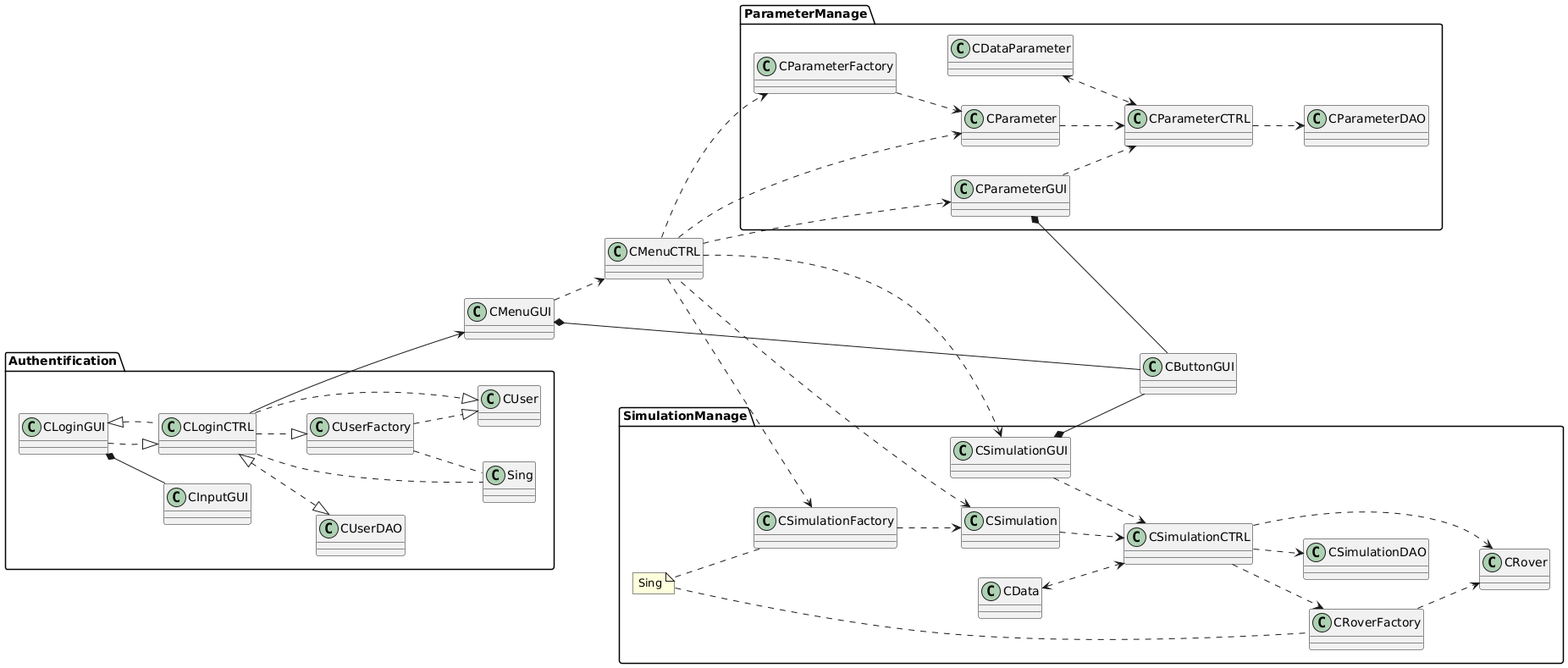
Above: doc/imageRendu/DiagClass.png in Taldranorth/Rover_Simulator (PlantUML), before the change. The source it was exported from:
```plantuml
@startuml
left to right direction

package "Authentification"{
 CLoginGUI *-- CInputGUI
 CLoginGUI ..|> CLoginCTRL
 CLoginGUI <|.. CLoginCTRL
 CLoginCTRL.. Sing
 CUserFactory.. Sing
 CLoginCTRL ..|> CUserFactory
 CLoginCTRL ..|> CUser
 CUserFactory ..|> CUser
 CLoginCTRL <|..|> CUserDAO
}

CLoginCTRL -down--> CMenuGUI
CMenuGUI *-- CButtonGUI
CMenuGUI ..> CMenuCTRL

package "SimulationManage"{
 CMenuCTRL ..> CSimulationFactory
 CSimulationFactory ..> CSimulation
 CMenuCTRL ..> CSimulationGUI
 note "Sing" as S
 S .. CSimulationFactory
 S .. CRoverFactory
 CSimulationGUI *-- CButtonGUI
 CSimulationGUI ..> CSimulationCTRL
 CSimulationCTRL ..> CRoverFactory
 CRoverFactory ..> CRover
 CSimulationCTRL ..> CRover
 CSimulation <.. CMenuCTRL
 CSimulationCTRL ..> CSimulationDAO
 CData <..> CSimulationCTRL
 CSimulation ..> CSimulationCTRL
}

package "ParameterManage"{
 CMenuCTRL ..>CParameterGUI
 CMenuCTRL ..>CParameter
 CMenuCTRL ..> CParameterFactory
 CParameterFactory ..> CParameter
 CParameter ..> CParameterCTRL
 CParameterGUI ..> CParameterCTRL
 CParameterCTRL ..> CParameterDAO
 CParameterGUI *-- CButtonGUI
 CDataParameter <..> CParameterCTRL
@enduml
```
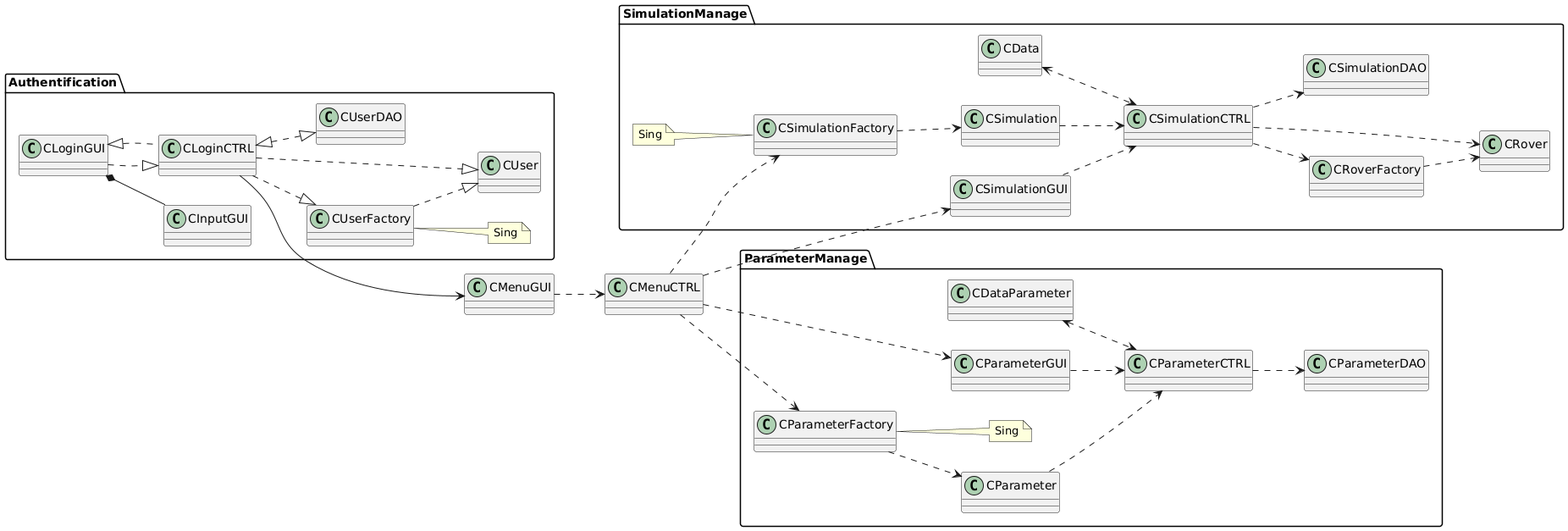
Above is the later version.

Commit message:
correction du diag class

Change to the diagram source:
```diff
@@ -5,8 +5,8 @@
  CLoginGUI *-- CInputGUI
  CLoginGUI ..|> CLoginCTRL
  CLoginGUI <|.. CLoginCTRL
- CLoginCTRL.. Sing
- CUserFactory.. Sing
+ note "Sing" as S
+ CUserFactory.. S
  CLoginCTRL ..|> CUserFactory
  CLoginCTRL ..|> CUser
  CUserFactory ..|> CUser
@@ -14,7 +14,6 @@
 }
 
 CLoginCTRL -down--> CMenuGUI
-CMenuGUI *-- CButtonGUI
 CMenuGUI ..> CMenuCTRL
 
 package "SimulationManage"{
@@ -23,13 +22,10 @@
  CMenuCTRL ..> CSimulationGUI
  note "Sing" as S
  S .. CSimulationFactory
- S .. CRoverFactory
- CSimulationGUI *-- CButtonGUI
  CSimulationGUI ..> CSimulationCTRL
  CSimulationCTRL ..> CRoverFactory
  CRoverFactory ..> CRover
  CSimulationCTRL ..> CRover
- CSimulation <.. CMenuCTRL
  CSimulationCTRL ..> CSimulationDAO
  CData <..> CSimulationCTRL
  CSimulation ..> CSimulationCTRL
@@ -37,12 +33,12 @@
 
 package "ParameterManage"{
  CMenuCTRL ..>CParameterGUI
- CMenuCTRL ..>CParameter
  CMenuCTRL ..> CParameterFactory
+ note "Sing" as S
+ CParameterFactory.. S
  CParameterFactory ..> CParameter
  CParameter ..> CParameterCTRL
  CParameterGUI ..> CParameterCTRL
  CParameterCTRL ..> CParameterDAO
- CParameterGUI *-- CButtonGUI
  CDataParameter <..> CParameterCTRL
 @enduml
```
